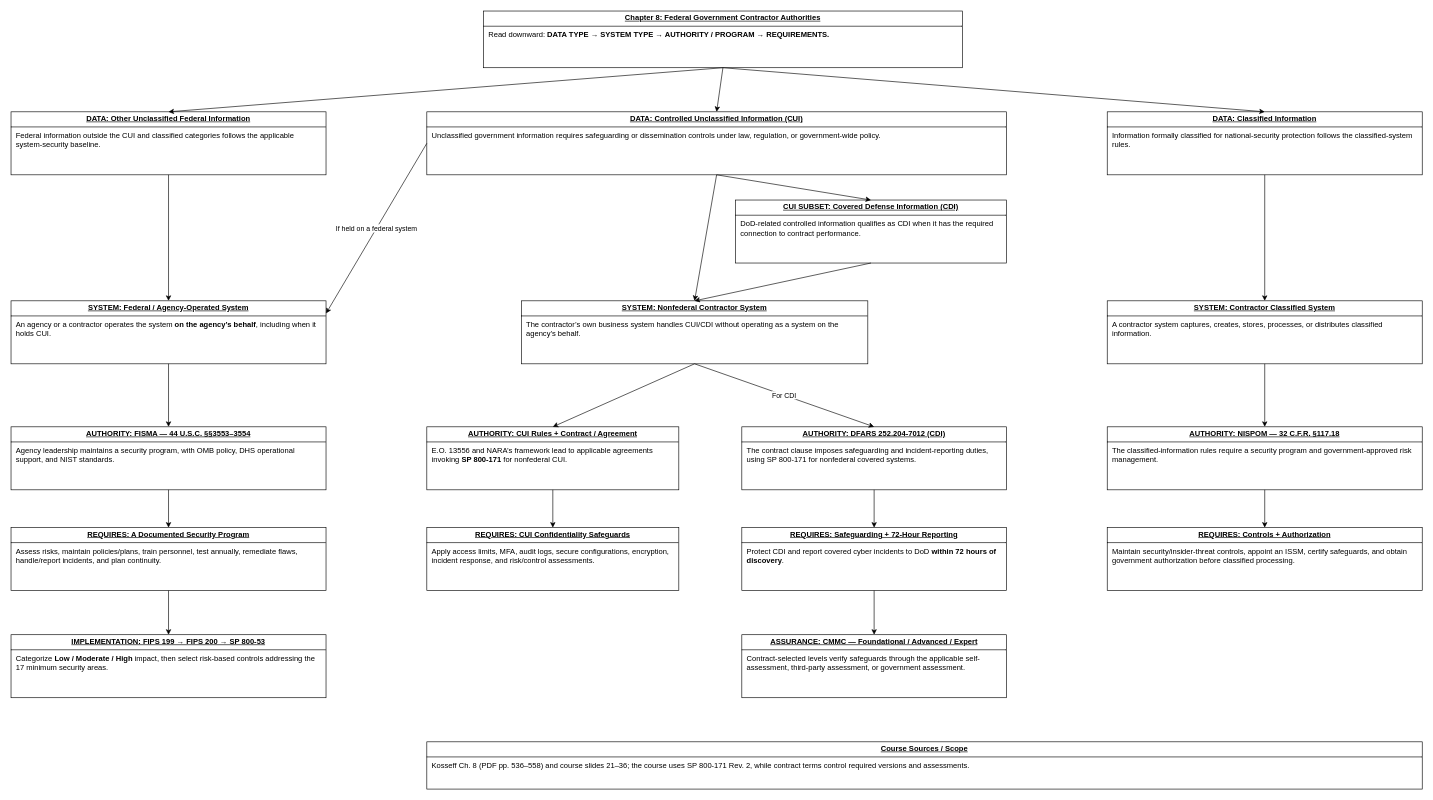
Above: page "Chat Ch.8" (4 of 8) of Cybersecurity.drawio in Jdcruz831/law-school (draw.io), before the change. Source tidied: cells renumbered, new cells numbered last; positions are measured from the earlier drawing's top-left corner, leaving out a move shared by most shapes. Both pictures are drawn from the tidied source at 63%, with x=0, y=0 at pixel (11, 11).
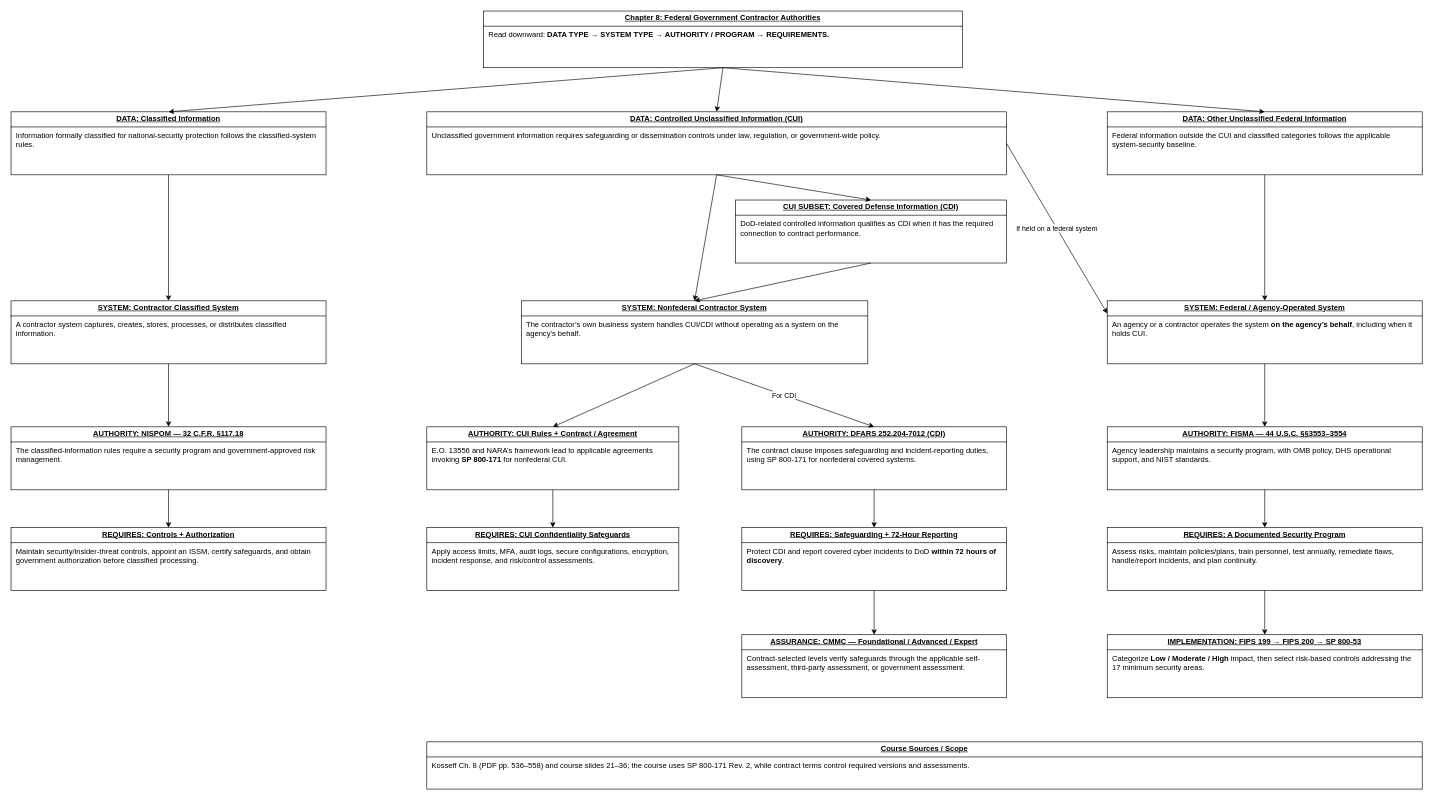
Above is the later version.

Commit message:
Swap outer branches in Chat Ch.8 layout

Unchanged cells that the change refers to:
```xml
<mxCell id="4" value="&lt;p style=&quot;text-align:center;margin:4px 0px 0px;&quot;&gt;&lt;b&gt;&lt;u&gt;DATA: Controlled Unclassified Information (CUI)&lt;/u&gt;&lt;/b&gt;&lt;/p&gt;&lt;hr size=&quot;1&quot; style=&quot;border-style:solid;&quot;&gt;&lt;p style=&quot;margin:0px 8px;&quot;&gt;Unclassified government information requires safeguarding or dissemination controls under law, regulation, or government-wide policy.&lt;/p&gt;" style="verticalAlign=top;align=left;overflow=fill;html=1;whiteSpace=wrap;" parent="1" vertex="1">
  <mxGeometry x="660" y="160" width="920" height="100" as="geometry" />
</mxCell>
```

Diff of the diagram source:
```diff
@@
     <mxCell id="3" value="&lt;p style=&quot;text-align:center;margin:4px 0px 0px;&quot;&gt;&lt;b&gt;&lt;u&gt;DATA: Other Unclassified Federal Information&lt;/u&gt;&lt;/b&gt;&lt;/p&gt;&lt;hr size=&quot;1&quot; style=&quot;border-style:solid;&quot;&gt;&lt;p style=&quot;margin:0px 8px;&quot;&gt;Federal information outside the CUI and classified categories follows the applicable system-security baseline.&lt;/p&gt;" style="verticalAlign=top;align=left;overflow=fill;html=1;whiteSpace=wrap;" parent="1" vertex="1">
-      <mxGeometry y="160" width="500" height="100" as="geometry" />
+      <mxGeometry x="1740" y="160" width="500" height="100" as="geometry" />
     </mxCell>
@@
     <mxCell id="5" value="&lt;p style=&quot;text-align:center;margin:4px 0px 0px;&quot;&gt;&lt;b&gt;&lt;u&gt;DATA: Classified Information&lt;/u&gt;&lt;/b&gt;&lt;/p&gt;&lt;hr size=&quot;1&quot; style=&quot;border-style:solid;&quot;&gt;&lt;p style=&quot;margin:0px 8px;&quot;&gt;Information formally classified for national-security protection follows the classified-system rules.&lt;/p&gt;" style="verticalAlign=top;align=left;overflow=fill;html=1;whiteSpace=wrap;" parent="1" vertex="1">
-      <mxGeometry x="1740" y="160" width="500" height="100" as="geometry" />
+      <mxGeometry y="160" width="500" height="100" as="geometry" />
     </mxCell>
@@
     <mxCell id="7" value="&lt;p style=&quot;text-align:center;margin:4px 0px 0px;&quot;&gt;&lt;b&gt;&lt;u&gt;SYSTEM: Federal / Agency-Operated System&lt;/u&gt;&lt;/b&gt;&lt;/p&gt;&lt;hr size=&quot;1&quot; style=&quot;border-style:solid;&quot;&gt;&lt;p style=&quot;margin:0px 8px;&quot;&gt;An agency or a contractor operates the system &lt;b&gt;on the agency’s behalf&lt;/b&gt;, including when it holds CUI.&lt;/p&gt;" style="verticalAlign=top;align=left;overflow=fill;html=1;whiteSpace=wrap;" parent="1" vertex="1">
-      <mxGeometry y="460" width="500" height="100" as="geometry" />
+      <mxGeometry x="1740" y="460" width="500" height="100" as="geometry" />
     </mxCell>
@@
     <mxCell id="9" value="&lt;p style=&quot;text-align:center;margin:4px 0px 0px;&quot;&gt;&lt;b&gt;&lt;u&gt;SYSTEM: Contractor Classified System&lt;/u&gt;&lt;/b&gt;&lt;/p&gt;&lt;hr size=&quot;1&quot; style=&quot;border-style:solid;&quot;&gt;&lt;p style=&quot;margin:0px 8px;&quot;&gt;A contractor system captures, creates, stores, processes, or distributes classified information.&lt;/p&gt;" style="verticalAlign=top;align=left;overflow=fill;html=1;whiteSpace=wrap;" parent="1" vertex="1">
-      <mxGeometry x="1740" y="460" width="500" height="100" as="geometry" />
+      <mxGeometry y="460" width="500" height="100" as="geometry" />
     </mxCell>
     <mxCell id="10" value="&lt;p style=&quot;text-align:center;margin:4px 0px 0px;&quot;&gt;&lt;b&gt;&lt;u&gt;AUTHORITY: FISMA — 44 U.S.C. §§3553–3554&lt;/u&gt;&lt;/b&gt;&lt;/p&gt;&lt;hr size=&quot;1&quot; style=&quot;border-style:solid;&quot;&gt;&lt;p style=&quot;margin:0px 8px;&quot;&gt;Agency leadership maintains a security program, with OMB policy, DHS operational support, and NIST standards.&lt;/p&gt;" style="verticalAlign=top;align=left;overflow=fill;html=1;whiteSpace=wrap;" parent="1" vertex="1">
-      <mxGeometry y="660" width="500" height="100" as="geometry" />
+      <mxGeometry x="1740" y="660" width="500" height="100" as="geometry" />
     </mxCell>
@@
     <mxCell id="13" value="&lt;p style=&quot;text-align:center;margin:4px 0px 0px;&quot;&gt;&lt;b&gt;&lt;u&gt;AUTHORITY: NISPOM — 32 C.F.R. §117.18&lt;/u&gt;&lt;/b&gt;&lt;/p&gt;&lt;hr size=&quot;1&quot; style=&quot;border-style:solid;&quot;&gt;&lt;p style=&quot;margin:0px 8px;&quot;&gt;The classified-information rules require a security program and government-approved risk management.&lt;/p&gt;" style="verticalAlign=top;align=left;overflow=fill;html=1;whiteSpace=wrap;" parent="1" vertex="1">
-      <mxGeometry x="1740" y="660" width="500" height="100" as="geometry" />
+      <mxGeometry y="660" width="500" height="100" as="geometry" />
     </mxCell>
     <mxCell id="14" value="&lt;p style=&quot;text-align:center;margin:4px 0px 0px;&quot;&gt;&lt;b&gt;&lt;u&gt;REQUIRES: A Documented Security Program&lt;/u&gt;&lt;/b&gt;&lt;/p&gt;&lt;hr size=&quot;1&quot; style=&quot;border-style:solid;&quot;&gt;&lt;p style=&quot;margin:0px 8px;&quot;&gt;Assess risks, maintain policies/plans, train personnel, test annually, remediate flaws, handle/report incidents, and plan continuity.&lt;/p&gt;" style="verticalAlign=top;align=left;overflow=fill;html=1;whiteSpace=wrap;" parent="1" vertex="1">
-      <mxGeometry y="820" width="500" height="100" as="geometry" />
+      <mxGeometry x="1740" y="820" width="500" height="100" as="geometry" />
     </mxCell>
@@
     <mxCell id="17" value="&lt;p style=&quot;text-align:center;margin:4px 0px 0px;&quot;&gt;&lt;b&gt;&lt;u&gt;REQUIRES: Controls + Authorization&lt;/u&gt;&lt;/b&gt;&lt;/p&gt;&lt;hr size=&quot;1&quot; style=&quot;border-style:solid;&quot;&gt;&lt;p style=&quot;margin:0px 8px;&quot;&gt;Maintain security/insider-threat controls, appoint an ISSM, certify safeguards, and obtain government authorization before classified processing.&lt;/p&gt;" style="verticalAlign=top;align=left;overflow=fill;html=1;whiteSpace=wrap;" parent="1" vertex="1">
-      <mxGeometry x="1740" y="820" width="500" height="100" as="geometry" />
+      <mxGeometry y="820" width="500" height="100" as="geometry" />
     </mxCell>
     <mxCell id="18" value="&lt;p style=&quot;text-align:center;margin:4px 0px 0px;&quot;&gt;&lt;b&gt;&lt;u&gt;IMPLEMENTATION: FIPS 199 → FIPS 200 → SP 800-53&lt;/u&gt;&lt;/b&gt;&lt;/p&gt;&lt;hr size=&quot;1&quot; style=&quot;border-style:solid;&quot;&gt;&lt;p style=&quot;margin:0px 8px;&quot;&gt;Categorize &lt;b&gt;Low / Moderate / High&lt;/b&gt; impact, then select risk-based controls addressing the 17 minimum security areas.&lt;/p&gt;" style="verticalAlign=top;align=left;overflow=fill;html=1;whiteSpace=wrap;" parent="1" vertex="1">
-      <mxGeometry y="990" width="500" height="100" as="geometry" />
+      <mxGeometry x="1740" y="990" width="500" height="100" as="geometry" />
     </mxCell>
@@
-    <mxCell id="38" value="If held on a federal system" style="rounded=0;jettySize=auto;html=1;exitX=0.5;exitY=1;entryX=0.5;entryY=0;exitX=0;exitY=0.5;entryX=1;entryY=0.2;" parent="1" edge="1" source="4" target="7">
+    <mxCell id="38" value="If held on a federal system" style="rounded=0;jettySize=auto;html=1;exitX=0.5;exitY=1;entryX=0.5;entryY=0;exitX=1;exitY=0.5;entryX=0;entryY=0.2;" parent="1" edge="1" source="4" target="7">
       <mxGeometry relative="1" as="geometry" />
     </mxCell>
```
